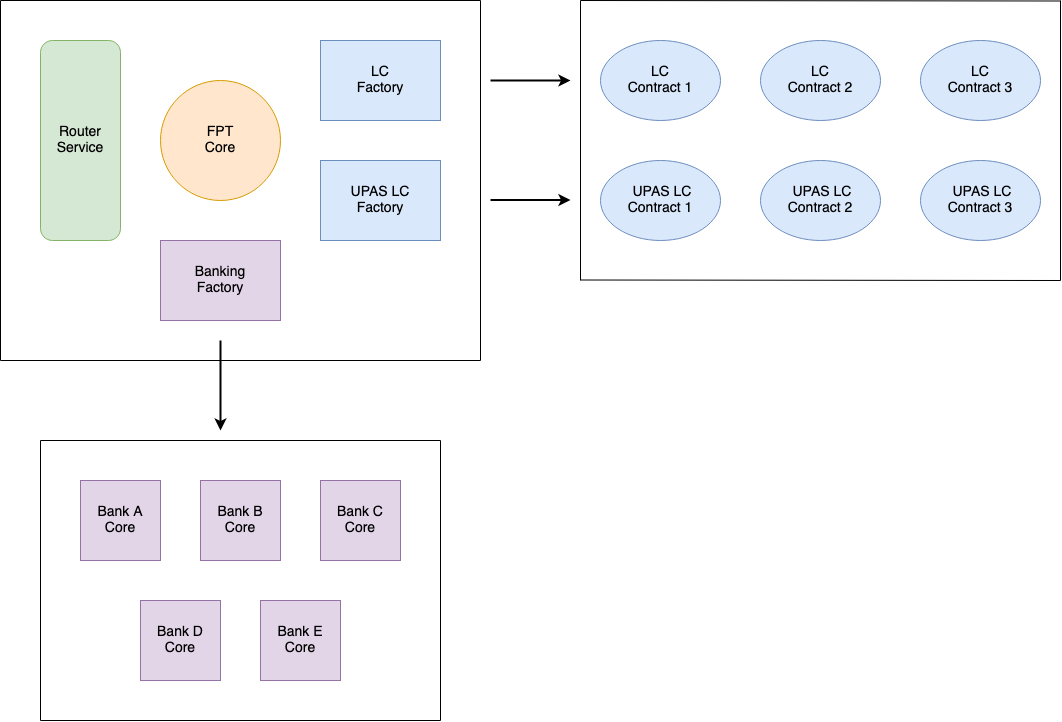
Above: images/LCPlatform.png in FPT-Blockchain-Lab/docs (draw.io), before the change. Source tidied: cells renumbered, new cells last; positions are measured from the earlier drawing's top-left corner, leaving out a move shared by most shapes.
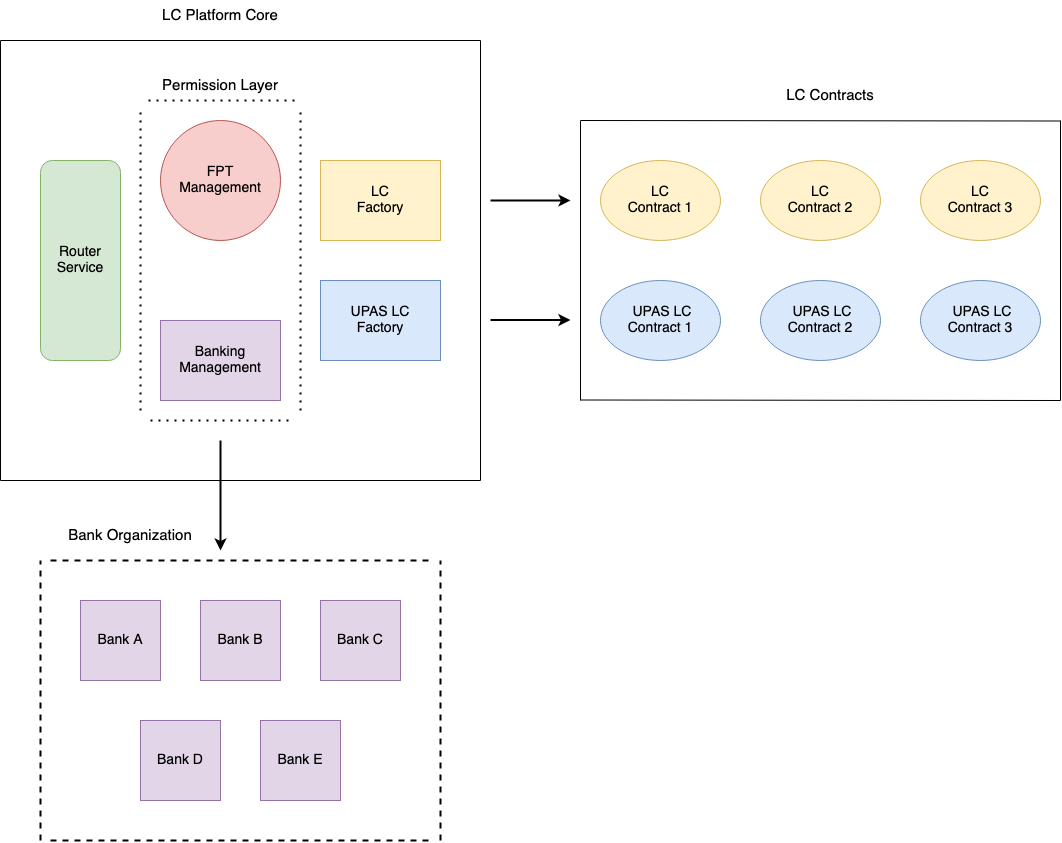
Later version of the same file.

What changed in the source:
```diff
@@ -2,11 +2,11 @@
   <root>
     <mxCell id="0" />
     <mxCell id="1" parent="0" />
-    <mxCell id="2" value="&lt;div style=&quot;font-size: 14px&quot;&gt;&lt;font style=&quot;font-size: 14px&quot;&gt;FPT&lt;/font&gt;&lt;/div&gt;&lt;div style=&quot;font-size: 14px&quot;&gt;&lt;font style=&quot;font-size: 14px&quot;&gt;Core&lt;br&gt;&lt;/font&gt;&lt;/div&gt;" style="ellipse;whiteSpace=wrap;html=1;fillColor=#ffe6cc;strokeColor=#d79b00;" parent="1" vertex="1">
-      <mxGeometry x="160" y="80" width="120" height="120" as="geometry" />
+    <mxCell id="2" value="&lt;div style=&quot;font-size: 14px&quot;&gt;&lt;font style=&quot;font-size: 14px&quot;&gt;FPT&lt;/font&gt;&lt;/div&gt;&lt;div style=&quot;font-size: 14px&quot;&gt;&lt;font style=&quot;font-size: 14px&quot;&gt;Management&lt;br&gt;&lt;/font&gt;&lt;/div&gt;" style="ellipse;whiteSpace=wrap;html=1;fillColor=#f8cecc;strokeColor=#b85450;" parent="1" vertex="1">
+      <mxGeometry x="160" width="120" height="120" as="geometry" />
     </mxCell>
-    <mxCell id="3" value="&lt;div&gt;Banking&lt;/div&gt;&lt;div&gt;Factory&lt;br&gt;&lt;/div&gt;" style="rounded=0;whiteSpace=wrap;html=1;fontSize=14;fillColor=#e1d5e7;strokeColor=#9673a6;" parent="1" vertex="1">
-      <mxGeometry x="160" y="240" width="120" height="80" as="geometry" />
+    <mxCell id="3" value="&lt;div&gt;Banking&lt;/div&gt;&lt;div&gt;Management&lt;br&gt;&lt;/div&gt;" style="rounded=0;whiteSpace=wrap;html=1;fontSize=14;fillColor=#e1d5e7;strokeColor=#9673a6;" parent="1" vertex="1">
+      <mxGeometry x="160" y="200" width="120" height="80" as="geometry" />
     </mxCell>
     <mxCell id="4" value="Router Service" style="rounded=1;whiteSpace=wrap;html=1;fontSize=14;fillColor=#d5e8d4;strokeColor=#82b366;" parent="1" vertex="1">
       <mxGeometry x="40" y="40" width="80" height="200" as="geometry" />
@@ -14,34 +14,34 @@
     <mxCell id="5" value="&lt;div&gt;UPAS LC&lt;br&gt;&lt;/div&gt;&lt;div&gt;Factory&lt;br&gt;&lt;/div&gt;" style="rounded=0;whiteSpace=wrap;html=1;fontSize=14;fillColor=#dae8fc;strokeColor=#6c8ebf;" parent="1" vertex="1">
       <mxGeometry x="320" y="160" width="120" height="80" as="geometry" />
     </mxCell>
-    <mxCell id="6" value="&lt;div&gt;LC&lt;br&gt;&lt;/div&gt;&lt;div&gt;Factory&lt;br&gt;&lt;/div&gt;" style="rounded=0;whiteSpace=wrap;html=1;fontSize=14;fillColor=#dae8fc;strokeColor=#6c8ebf;" parent="1" vertex="1">
+    <mxCell id="6" value="&lt;div&gt;LC&lt;br&gt;&lt;/div&gt;&lt;div&gt;Factory&lt;br&gt;&lt;/div&gt;" style="rounded=0;whiteSpace=wrap;html=1;fontSize=14;fillColor=#fff2cc;strokeColor=#d6b656;" parent="1" vertex="1">
       <mxGeometry x="320" y="40" width="120" height="80" as="geometry" />
     </mxCell>
-    <mxCell id="7" value="&lt;div&gt;Bank A&lt;br&gt;&lt;/div&gt;&lt;div&gt;Core&lt;br&gt;&lt;/div&gt;" style="whiteSpace=wrap;html=1;fontSize=14;fillColor=#e1d5e7;strokeColor=#9673a6;" parent="1" vertex="1">
+    <mxCell id="7" value="&lt;div&gt;Bank A&lt;br&gt;&lt;/div&gt;" style="whiteSpace=wrap;html=1;fontSize=14;fillColor=#e1d5e7;strokeColor=#9673a6;" parent="1" vertex="1">
       <mxGeometry x="80" y="480" width="80" height="80" as="geometry" />
     </mxCell>
-    <mxCell id="8" value="&lt;div&gt;Bank B&lt;br&gt;&lt;/div&gt;&lt;div&gt;Core&lt;br&gt;&lt;/div&gt;" style="whiteSpace=wrap;html=1;fontSize=14;fillColor=#e1d5e7;strokeColor=#9673a6;" parent="1" vertex="1">
+    <mxCell id="8" value="&lt;div&gt;Bank B&lt;br&gt;&lt;/div&gt;" style="whiteSpace=wrap;html=1;fontSize=14;fillColor=#e1d5e7;strokeColor=#9673a6;" parent="1" vertex="1">
       <mxGeometry x="200" y="480" width="80" height="80" as="geometry" />
     </mxCell>
-    <mxCell id="9" value="&lt;div&gt;Bank C&lt;br&gt;&lt;/div&gt;&lt;div&gt;Core&lt;br&gt;&lt;/div&gt;" style="whiteSpace=wrap;html=1;fontSize=14;fillColor=#e1d5e7;strokeColor=#9673a6;" parent="1" vertex="1">
+    <mxCell id="9" value="&lt;div&gt;Bank C&lt;br&gt;&lt;/div&gt;" style="whiteSpace=wrap;html=1;fontSize=14;fillColor=#e1d5e7;strokeColor=#9673a6;" parent="1" vertex="1">
       <mxGeometry x="320" y="480" width="80" height="80" as="geometry" />
     </mxCell>
-    <mxCell id="10" value="&lt;div&gt;Bank D&lt;br&gt;&lt;/div&gt;&lt;div&gt;Core&lt;br&gt;&lt;/div&gt;" style="whiteSpace=wrap;html=1;fontSize=14;fillColor=#e1d5e7;strokeColor=#9673a6;" parent="1" vertex="1">
+    <mxCell id="10" value="&lt;div&gt;Bank D&lt;br&gt;&lt;/div&gt;" style="whiteSpace=wrap;html=1;fontSize=14;fillColor=#e1d5e7;strokeColor=#9673a6;" parent="1" vertex="1">
       <mxGeometry x="140" y="600" width="80" height="80" as="geometry" />
     </mxCell>
-    <mxCell id="11" value="&lt;div&gt;Bank E&lt;br&gt;&lt;/div&gt;&lt;div&gt;Core&lt;br&gt;&lt;/div&gt;" style="whiteSpace=wrap;html=1;fontSize=14;fillColor=#e1d5e7;strokeColor=#9673a6;" parent="1" vertex="1">
+    <mxCell id="11" value="&lt;div&gt;Bank E&lt;br&gt;&lt;/div&gt;" style="whiteSpace=wrap;html=1;fontSize=14;fillColor=#e1d5e7;strokeColor=#9673a6;" parent="1" vertex="1">
       <mxGeometry x="260" y="600" width="80" height="80" as="geometry" />
     </mxCell>
-    <mxCell id="12" value="&lt;div&gt;LC &lt;br&gt;&lt;/div&gt;&lt;div&gt;Contract 1&lt;/div&gt;" style="ellipse;whiteSpace=wrap;html=1;fontSize=14;fillColor=#dae8fc;strokeColor=#6c8ebf;" parent="1" vertex="1">
+    <mxCell id="12" value="&lt;div&gt;LC &lt;br&gt;&lt;/div&gt;&lt;div&gt;Contract 1&lt;/div&gt;" style="ellipse;whiteSpace=wrap;html=1;fontSize=14;fillColor=#fff2cc;strokeColor=#d6b656;" parent="1" vertex="1">
       <mxGeometry x="600" y="40" width="120" height="80" as="geometry" />
     </mxCell>
     <mxCell id="13" value="&lt;div&gt;&amp;nbsp;UPAS LC &lt;br&gt;&lt;/div&gt;&lt;div&gt;Contract 1&lt;br&gt;&lt;/div&gt;" style="ellipse;whiteSpace=wrap;html=1;fontSize=14;fillColor=#dae8fc;strokeColor=#6c8ebf;" parent="1" vertex="1">
       <mxGeometry x="600" y="160" width="120" height="80" as="geometry" />
     </mxCell>
-    <mxCell id="14" value="&lt;div&gt;LC &lt;br&gt;&lt;/div&gt;&lt;div&gt;Contract 2&lt;br&gt;&lt;/div&gt;" style="ellipse;whiteSpace=wrap;html=1;fontSize=14;fillColor=#dae8fc;strokeColor=#6c8ebf;" parent="1" vertex="1">
+    <mxCell id="14" value="&lt;div&gt;LC &lt;br&gt;&lt;/div&gt;&lt;div&gt;Contract 2&lt;br&gt;&lt;/div&gt;" style="ellipse;whiteSpace=wrap;html=1;fontSize=14;fillColor=#fff2cc;strokeColor=#d6b656;" parent="1" vertex="1">
       <mxGeometry x="760" y="40" width="120" height="80" as="geometry" />
     </mxCell>
-    <mxCell id="15" value="&lt;div&gt;LC &lt;br&gt;&lt;/div&gt;&lt;div&gt;Contract 3&lt;br&gt;&lt;/div&gt;" style="ellipse;whiteSpace=wrap;html=1;fontSize=14;fillColor=#dae8fc;strokeColor=#6c8ebf;" parent="1" vertex="1">
+    <mxCell id="15" value="&lt;div&gt;LC &lt;br&gt;&lt;/div&gt;&lt;div&gt;Contract 3&lt;br&gt;&lt;/div&gt;" style="ellipse;whiteSpace=wrap;html=1;fontSize=14;fillColor=#fff2cc;strokeColor=#d6b656;" parent="1" vertex="1">
       <mxGeometry x="920" y="40" width="120" height="80" as="geometry" />
     </mxCell>
     <mxCell id="16" value="&lt;div&gt;&amp;nbsp;UPAS LC &lt;br&gt;&lt;/div&gt;&lt;div&gt;Contract 2&lt;br&gt;&lt;/div&gt;" style="ellipse;whiteSpace=wrap;html=1;fontSize=14;fillColor=#dae8fc;strokeColor=#6c8ebf;" parent="1" vertex="1">
@@ -53,13 +53,13 @@
     <mxCell id="18" style="endArrow=none;html=1;rounded=0;fontSize=14;" parent="1" edge="1">
       <mxGeometry relative="1" as="geometry">
         <mxPoint y="360" as="sourcePoint" />
-        <mxPoint as="targetPoint" />
+        <mxPoint y="-80" as="targetPoint" />
       </mxGeometry>
     </mxCell>
     <mxCell id="19" style="endArrow=none;html=1;rounded=0;fontSize=14;" parent="1" edge="1">
       <mxGeometry relative="1" as="geometry">
         <mxPoint x="480" y="360" as="sourcePoint" />
-        <mxPoint x="480" as="targetPoint" />
+        <mxPoint x="480" y="-80" as="targetPoint" />
       </mxGeometry>
     </mxCell>
     <mxCell id="20" style="endArrow=none;html=1;rounded=0;fontSize=14;" parent="1" edge="1">
@@ -74,30 +74,6 @@
         <mxPoint x="1060" as="targetPoint" />
       </mxGeometry>
     </mxCell>
-    <mxCell id="22" style="endArrow=none;html=1;rounded=0;fontSize=14;" parent="1" edge="1">
-      <mxGeometry relative="1" as="geometry">
-        <mxPoint x="40" y="720" as="sourcePoint" />
-        <mxPoint x="40" y="440" as="targetPoint" />
-      </mxGeometry>
-    </mxCell>
-    <mxCell id="23" style="endArrow=none;html=1;rounded=0;fontSize=14;" parent="1" edge="1">
-      <mxGeometry relative="1" as="geometry">
-        <mxPoint x="440" y="720" as="sourcePoint" />
-        <mxPoint x="440" y="440" as="targetPoint" />
-      </mxGeometry>
-    </mxCell>
-    <mxCell id="24" style="endArrow=none;html=1;rounded=0;fontSize=14;" parent="1" edge="1">
-      <mxGeometry relative="1" as="geometry">
-        <mxPoint x="40" y="440" as="sourcePoint" />
-        <mxPoint x="440" y="440" as="targetPoint" />
-      </mxGeometry>
-    </mxCell>
-    <mxCell id="25" style="endArrow=none;html=1;rounded=0;fontSize=14;" parent="1" edge="1">
-      <mxGeometry relative="1" as="geometry">
-        <mxPoint x="40" y="720" as="sourcePoint" />
-        <mxPoint x="440" y="720" as="targetPoint" />
-      </mxGeometry>
-    </mxCell>
     <mxCell id="26" style="endArrow=none;html=1;rounded=0;fontSize=14;" parent="1" edge="1">
       <mxGeometry relative="1" as="geometry">
         <mxPoint y="360" as="sourcePoint" />
@@ -106,8 +82,8 @@
     </mxCell>
     <mxCell id="27" style="endArrow=none;html=1;rounded=0;fontSize=14;" parent="1" edge="1">
       <mxGeometry relative="1" as="geometry">
-        <mxPoint as="sourcePoint" />
-        <mxPoint x="480" as="targetPoint" />
+        <mxPoint y="-80" as="sourcePoint" />
+        <mxPoint x="480" y="-80" as="targetPoint" />
       </mxGeometry>
     </mxCell>
     <mxCell id="28" style="endArrow=none;html=1;rounded=0;fontSize=14;" parent="1" edge="1">
@@ -124,7 +100,7 @@
     </mxCell>
     <mxCell id="30" style="endArrow=classic;html=1;rounded=0;fontSize=14;strokeWidth=2;" parent="1" edge="1">
       <mxGeometry relative="1" as="geometry">
-        <mxPoint x="220" y="340" as="sourcePoint" />
+        <mxPoint x="220" y="320" as="sourcePoint" />
         <mxPoint x="220" y="430" as="targetPoint" />
       </mxGeometry>
     </mxCell>
@@ -140,5 +116,65 @@
         <mxPoint x="570" y="199.5" as="targetPoint" />
       </mxGeometry>
     </mxCell>
+    <mxCell id="33" style="endArrow=none;dashed=1;html=1;dashPattern=1 3;strokeWidth=2;rounded=0;" parent="1" edge="1">
+      <mxGeometry relative="1" as="geometry">
+        <mxPoint x="140" y="290" as="sourcePoint" />
+        <mxPoint x="140" y="-10" as="targetPoint" />
+      </mxGeometry>
+    </mxCell>
+    <mxCell id="34" style="endArrow=none;dashed=1;html=1;dashPattern=1 3;strokeWidth=2;rounded=0;" parent="1" edge="1">
+      <mxGeometry relative="1" as="geometry">
+        <mxPoint x="300" y="290" as="sourcePoint" />
+        <mxPoint x="300" y="-10" as="targetPoint" />
+      </mxGeometry>
+    </mxCell>
+    <mxCell id="35" style="endArrow=none;dashed=1;html=1;dashPattern=1 3;strokeWidth=2;rounded=0;" parent="1" edge="1">
+      <mxGeometry relative="1" as="geometry">
+        <mxPoint x="148" y="-20" as="sourcePoint" />
+        <mxPoint x="298" y="-20" as="targetPoint" />
+      </mxGeometry>
+    </mxCell>
+    <mxCell id="36" style="endArrow=none;dashed=1;html=1;dashPattern=1 3;strokeWidth=2;rounded=0;" parent="1" edge="1">
+      <mxGeometry relative="1" as="geometry">
+        <mxPoint x="150" y="300" as="sourcePoint" />
+        <mxPoint x="290" y="300" as="targetPoint" />
+      </mxGeometry>
+    </mxCell>
+    <mxCell id="37" value="&lt;font style=&quot;font-size: 15px&quot;&gt;LC Platform Core&lt;/font&gt;" style="text;html=1;strokeColor=none;fillColor=none;align=center;verticalAlign=middle;whiteSpace=wrap;rounded=0;" parent="1" vertex="1">
+      <mxGeometry x="75" y="-120" width="290" height="30" as="geometry" />
+    </mxCell>
+    <mxCell id="38" style="endArrow=none;dashed=1;html=1;rounded=0;fontSize=15;strokeWidth=2;" parent="1" edge="1">
+      <mxGeometry relative="1" as="geometry">
+        <mxPoint x="40" y="720" as="sourcePoint" />
+        <mxPoint x="40" y="440" as="targetPoint" />
+      </mxGeometry>
+    </mxCell>
+    <mxCell id="39" style="endArrow=none;dashed=1;html=1;rounded=0;fontSize=15;strokeWidth=2;" parent="1" edge="1">
+      <mxGeometry relative="1" as="geometry">
+        <mxPoint x="440" y="720" as="sourcePoint" />
+        <mxPoint x="440" y="440" as="targetPoint" />
+      </mxGeometry>
+    </mxCell>
+    <mxCell id="40" style="endArrow=none;dashed=1;html=1;rounded=0;fontSize=15;strokeWidth=2;" parent="1" edge="1">
+      <mxGeometry relative="1" as="geometry">
+        <mxPoint x="50" y="440" as="sourcePoint" />
+        <mxPoint x="430" y="440" as="targetPoint" />
+      </mxGeometry>
+    </mxCell>
+    <mxCell id="41" style="endArrow=none;dashed=1;html=1;rounded=0;fontSize=15;strokeWidth=2;" parent="1" edge="1">
+      <mxGeometry relative="1" as="geometry">
+        <mxPoint x="50" y="720" as="sourcePoint" />
+        <mxPoint x="430" y="720" as="targetPoint" />
+      </mxGeometry>
+    </mxCell>
+    <mxCell id="42" value="LC Contracts" style="text;html=1;strokeColor=none;fillColor=none;align=center;verticalAlign=middle;whiteSpace=wrap;rounded=0;fontSize=15;" parent="1" vertex="1">
+      <mxGeometry x="750" y="-40" width="160" height="30" as="geometry" />
+    </mxCell>
+    <mxCell id="43" value="Permission Layer" style="text;html=1;strokeColor=none;fillColor=none;align=center;verticalAlign=middle;whiteSpace=wrap;rounded=0;fontSize=15;" parent="1" vertex="1">
+      <mxGeometry x="145" y="-50" width="150" height="30" as="geometry" />
+    </mxCell>
+    <mxCell id="44" value="Bank Organization" style="text;html=1;strokeColor=none;fillColor=none;align=center;verticalAlign=middle;whiteSpace=wrap;rounded=0;fontSize=15;" parent="1" vertex="1">
+      <mxGeometry x="40" y="400" width="180" height="30" as="geometry" />
+    </mxCell>
   </root>
 </mxGraphModel>
```
